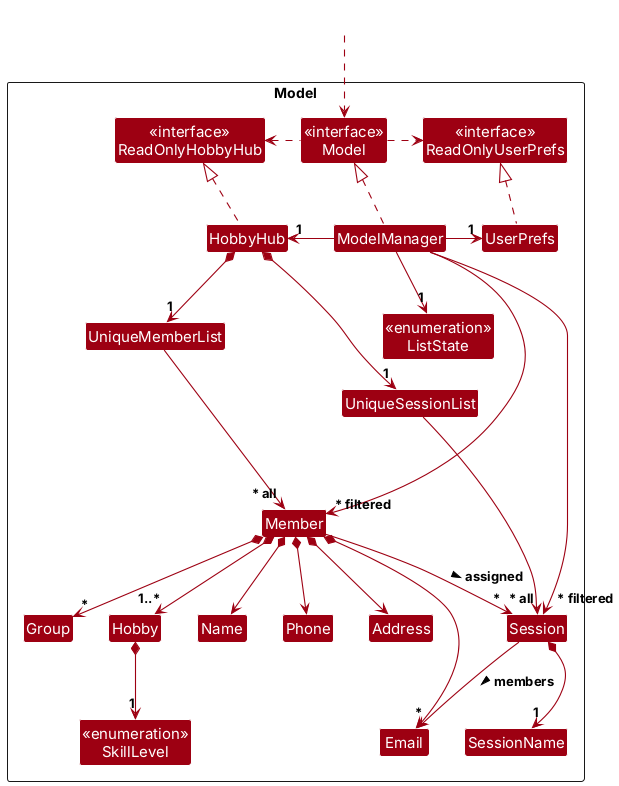
Before: docs/images/ModelClassDiagram.png, a diagram exported from PlantUML (AY2627S1-CS2103T-T17-4/tp).
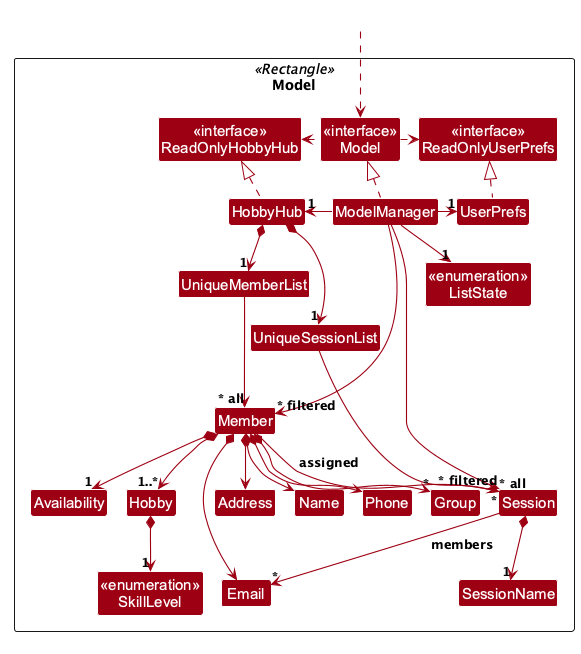
Later version of the same file.

Diff of the diagram source:
```diff
@@ -1,4 +1,5 @@
 @startuml
+!pragma layout smetana
 !include style.puml
 skinparam arrowThickness 1.1
 skinparam arrowColor MODEL_COLOR
@@ -22,6 +23,7 @@
 Class Hobby
 Class "<<enumeration>>\nSkillLevel" as SkillLevel
 Class Group
+Class Availability
 
 Class UniqueSessionList
 Class Session
@@ -54,6 +56,7 @@
 Member *--> Address
 Member *--> "1..*" Hobby
 Member *--> "*" Group
+Member *--> "1" Availability
 Hobby *--> "1" SkillLevel
 Member --> "*" Session : assigned >
 
```
